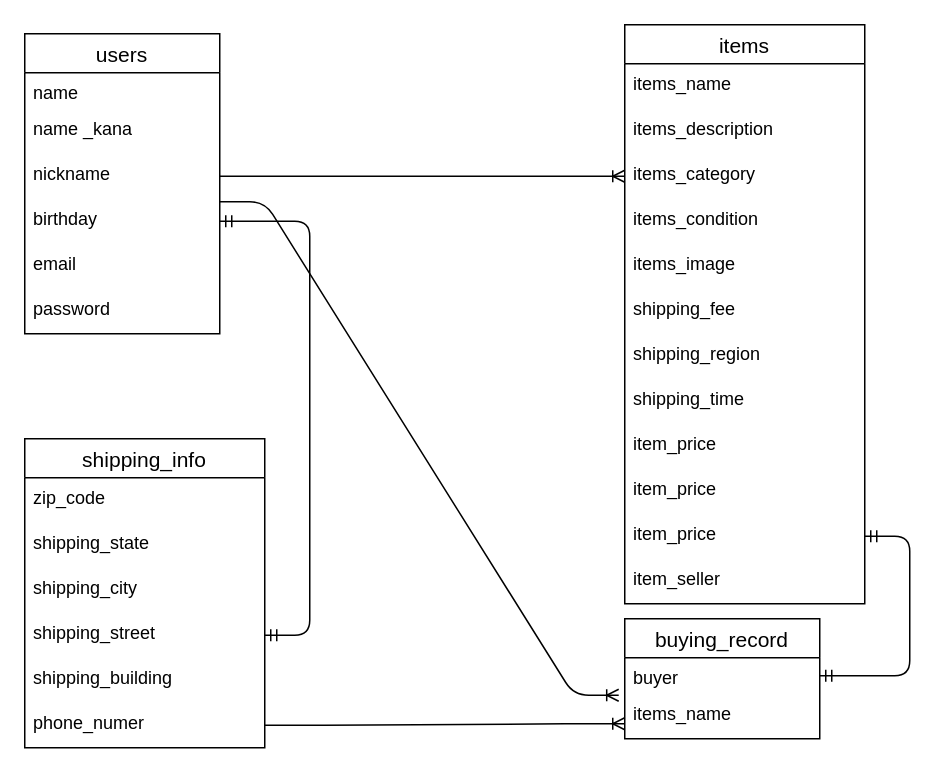
Earlier version of the draw.io diagram furima-38956.dio (ayapeco/furima-38956). Source tidied: cells renumbered, new cells numbered last; positions are measured from the earlier drawing's top-left corner, leaving out a move shared by most shapes. Both pictures are drawn from the tidied source at 150%, with x=0, y=0 at pixel (24, 24).
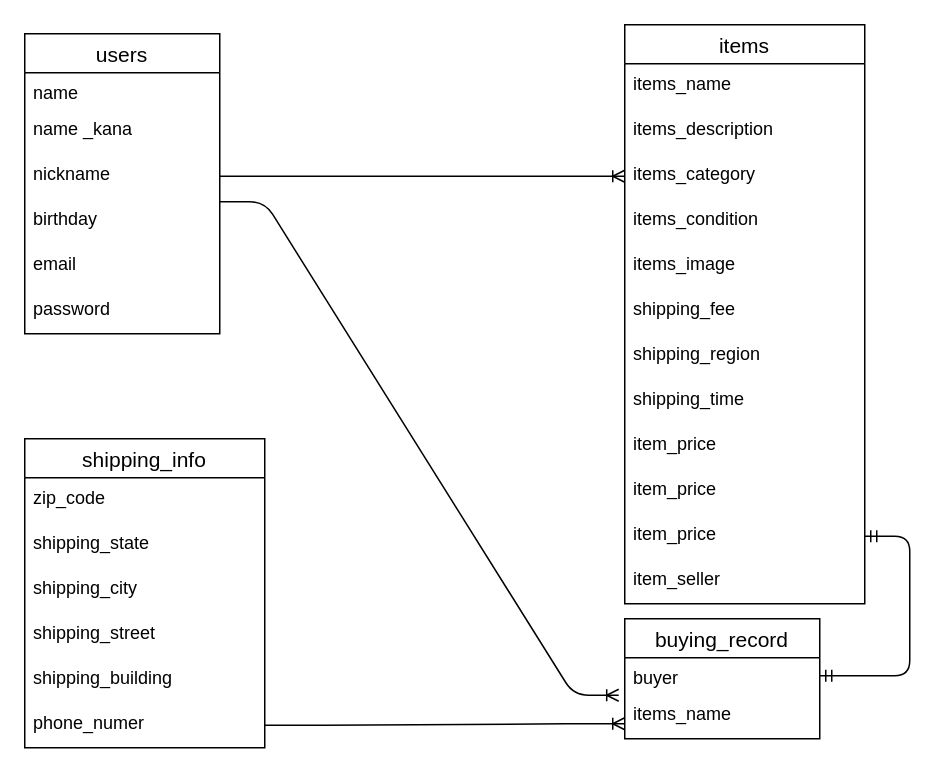
After the change.

Unchanged cells that the change refers to:
```xml
<mxCell id="6" value="birthday&#10;&#10;" style="text;strokeColor=none;fillColor=none;spacingLeft=4;spacingRight=4;overflow=hidden;points=[[0,0.5],[1,0.5]];portConstraint=eastwest;fontSize=12;" parent="2" vertex="1">
  <mxGeometry y="110" width="130" height="30" as="geometry" />
</mxCell>
<mxCell id="29" value="shipping_street" style="text;strokeColor=none;fillColor=none;spacingLeft=4;spacingRight=4;overflow=hidden;points=[[0,0.5],[1,0.5]];portConstraint=eastwest;fontSize=12;" parent="25" vertex="1">
  <mxGeometry y="116" width="160" height="30" as="geometry" />
</mxCell>
```

Change to the diagram source:
```diff
@@
-    <mxCell id="35" style="edgeStyle=entityRelationEdgeStyle;fontSize=12;html=1;endArrow=ERmandOne;startArrow=ERmandOne;exitX=1;exitY=0.5;exitDx=0;exitDy=0;" parent="1" edge="1" source="6" target="29">
-      <mxGeometry relative="1" as="geometry" />
-    </mxCell>
```
